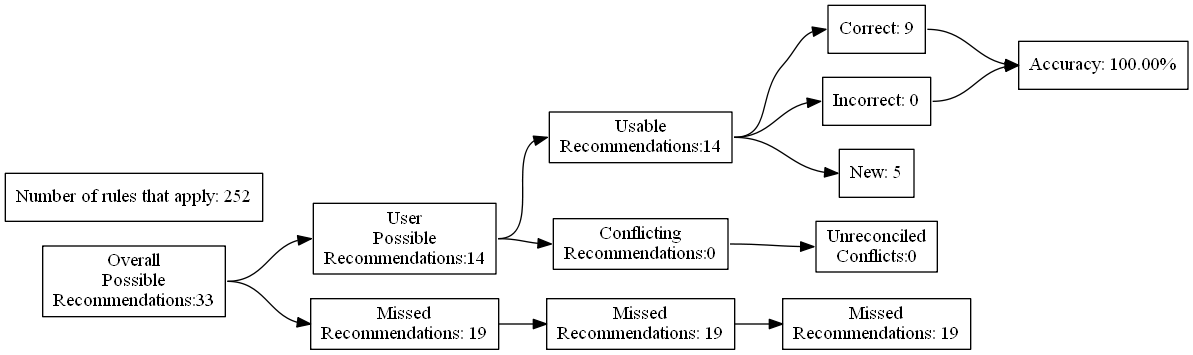
Before: test_renders/39.gv.png, a diagram exported from Graphviz (ZaxR/ibd_diet_analysis). Its source is kept beside it as test_renders/39.gv.
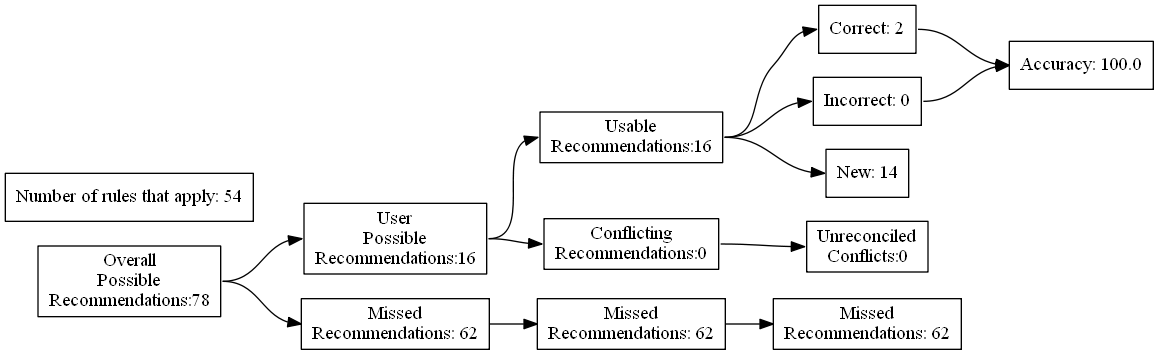
After the commit.

What changed in the source:
```diff
@@ -4,27 +4,27 @@
 	edge [headport=w tailport=e]
 		A [label="Overall
 Possible
-Recommendations:33"]
+Recommendations:78"]
 		B [label="User
 Possible
-Recommendations:14"]
+Recommendations:16"]
 		C [label="Missed
-Recommendations: 19"]
+Recommendations: 62"]
 		D [label="Usable
-Recommendations:14"]
+Recommendations:16"]
 		E [label="Conflicting
 Recommendations:0"]
 		J [label="Missed
-Recommendations: 19"]
+Recommendations: 62"]
 		M [label="Unreconciled
 Conflicts:0"]
-		F [label="Correct: 9"]
+		F [label="Correct: 2"]
 		G [label="Incorrect: 0"]
-		H [label="New: 5"]
+		H [label="New: 14"]
 		K [label="Missed
-Recommendations: 19"]
-		I [label="Accuracy: 100.00%"]
-		l [label="Number of rules that apply: 252"]
+Recommendations: 62"]
+		I [label="Accuracy: 100.0"]
+		l [label="Number of rules that apply: 54"]
 			A -> B
 			A -> C
 			B -> D
```
